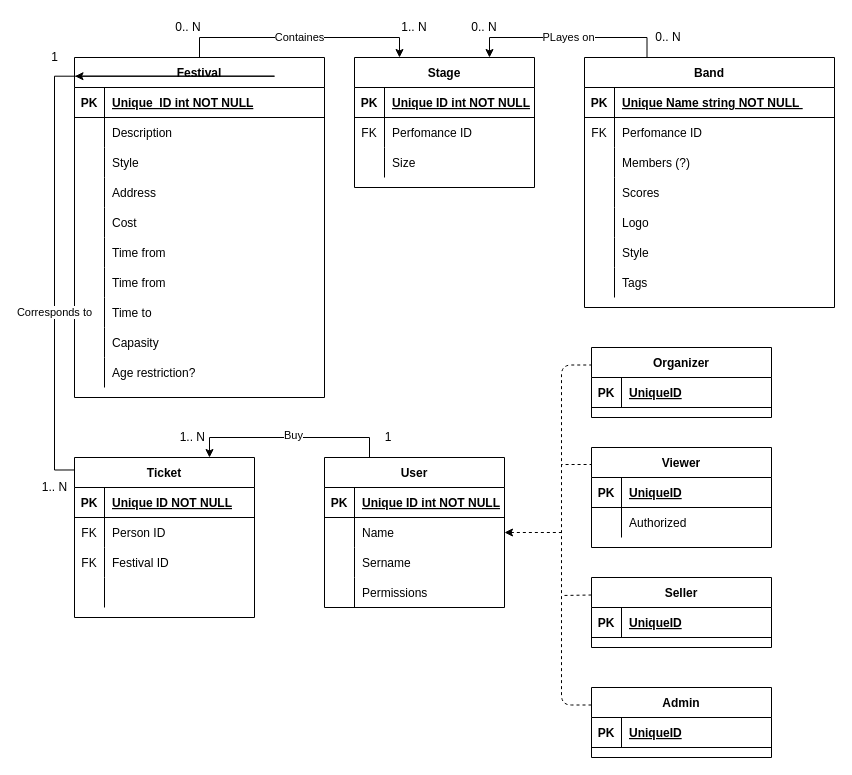
The draw.io diagram docs/diagrams/festival-is-ER.drawio in x00Pavel/festival-IS, before the edit. Source tidied: cells renumbered, new cells numbered last; positions are measured from the earlier drawing's top-left corner, leaving out a move shared by most shapes. Both pictures are drawn from the tidied source at 100%, with x=0, y=0 at pixel (34, 17).
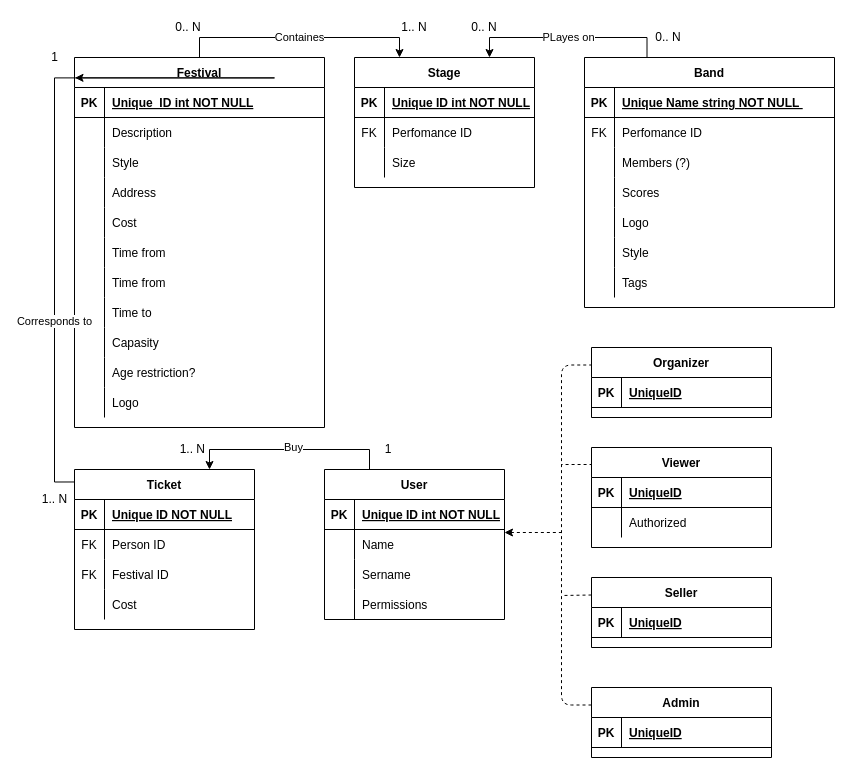
The same page after the edit.

Unchanged cells that the change refers to:
```xml
<mxCell id="61" style="shape=partialRectangle;fillColor=none;top=0;left=0;bottom=0;right=0;" parent="51" vertex="1">
  <mxGeometry y="120" width="180" height="30" as="geometry" />
</mxCell>
```

What changed in the source:
```diff
@@
     <mxCell id="3" value="Festival" style="shape=table;startSize=30;childLayout=tableLayout;rowLines=0;fontStyle=1;align=center;" parent="1" vertex="1">
-      <mxGeometry x="40" y="40" width="250" height="340" as="geometry" />
+      <mxGeometry x="40" y="40" width="250" height="370" as="geometry" />
     </mxCell>
@@
+    <mxCell id="128" style="shape=partialRectangle;fillColor=none;top=0;left=0;bottom=0;right=0;" parent="3" vertex="1">
+      <mxGeometry y="330" width="250" height="30" as="geometry" />
+    </mxCell>
+    <mxCell id="129" style="shape=partialRectangle;fillColor=none;top=0;left=0;bottom=0;right=0;overflow=hidden;" parent="128" vertex="1">
+      <mxGeometry width="30" height="30" as="geometry" />
+    </mxCell>
+    <mxCell id="130" value="Logo" style="shape=partialRectangle;fillColor=none;top=0;left=0;bottom=0;right=0;align=left;spacingLeft=6;overflow=hidden;" parent="128" vertex="1">
+      <mxGeometry x="30" width="220" height="30" as="geometry" />
+    </mxCell>
@@
     <mxCell id="40" value="1.. N&amp;nbsp;" style="text;html=1;strokeColor=none;fillColor=none;align=center;verticalAlign=middle;whiteSpace=wrap;rounded=0;" parent="1" vertex="1">
-      <mxGeometry x="140" y="410" width="40" height="20" as="geometry" />
+      <mxGeometry x="140" y="422" width="40" height="20" as="geometry" />
     </mxCell>
     <mxCell id="41" value="1" style="text;html=1;strokeColor=none;fillColor=none;align=center;verticalAlign=middle;whiteSpace=wrap;rounded=0;" parent="1" vertex="1">
-      <mxGeometry x="334" y="410" width="40" height="20" as="geometry" />
+      <mxGeometry x="334" y="422" width="40" height="20" as="geometry" />
     </mxCell>
@@
     <mxCell id="47" value="1.. N" style="text;html=1;align=center;verticalAlign=middle;" parent="1" vertex="1">
-      <mxGeometry y="460" width="40" height="20" as="geometry" />
+      <mxGeometry y="472" width="40" height="20" as="geometry" />
     </mxCell>
@@
     <mxCell id="51" value="Ticket" style="shape=table;startSize=30;childLayout=tableLayout;rowLines=0;fontStyle=1;align=center;" parent="1" vertex="1">
-      <mxGeometry x="40" y="440" width="180" height="160" as="geometry" />
+      <mxGeometry x="40" y="452" width="180" height="160" as="geometry" />
     </mxCell>
@@
-    <mxCell id="63" style="shape=partialRectangle;fillColor=none;top=0;left=0;bottom=0;right=0;align=left;spacingLeft=6;overflow=hidden;" parent="61" vertex="1">
+    <mxCell id="63" value="Cost" style="shape=partialRectangle;fillColor=none;top=0;left=0;bottom=0;right=0;align=left;spacingLeft=6;overflow=hidden;" parent="61" vertex="1">
       <mxGeometry x="30" width="150" height="30" as="geometry" />
     </mxCell>
@@
     <mxCell id="115" value="User" style="shape=table;startSize=30;childLayout=tableLayout;rowLines=0;fontStyle=1;align=center;" parent="1" vertex="1">
-      <mxGeometry x="290" y="440" width="180" height="150" as="geometry" />
+      <mxGeometry x="290" y="452" width="180" height="150" as="geometry" />
     </mxCell>
```
